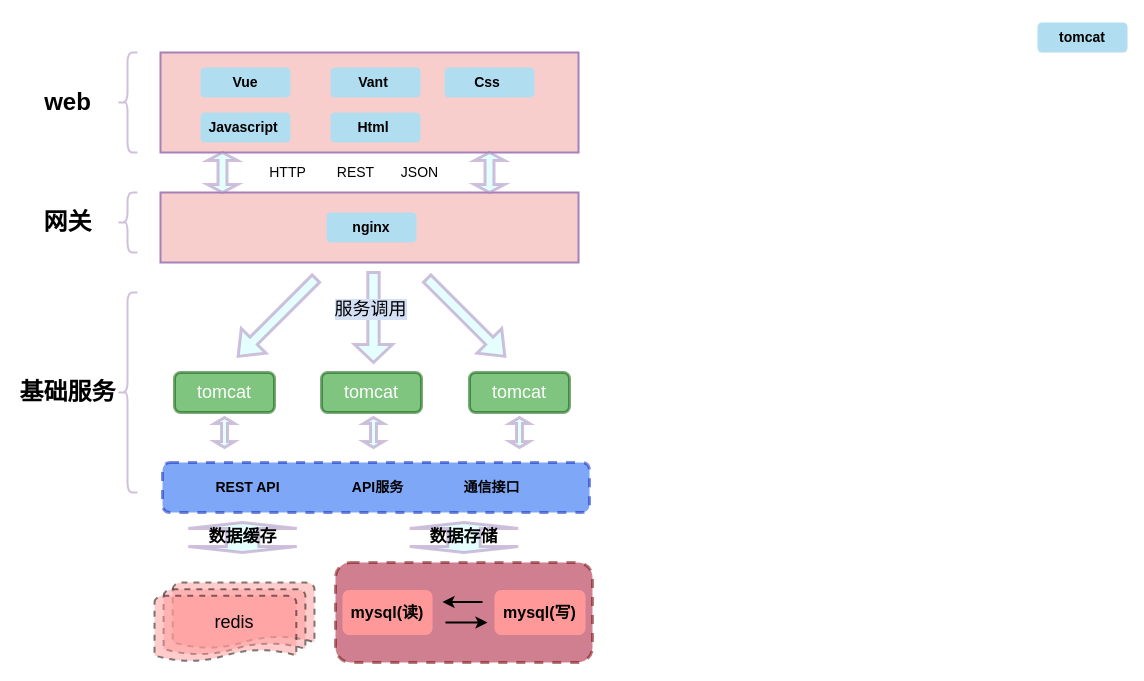
chenkexu1/github_20201211 keeps this draw.io diagram as Untitled Diagram.drawio. Above is the earlier version. Source tidied: cells renumbered, new cells numbered last; positions are measured from the earlier drawing's top-left corner, leaving out a move shared by most shapes. Both pictures are drawn from the tidied source at 100%, with x=0, y=0 at pixel (17, 22).
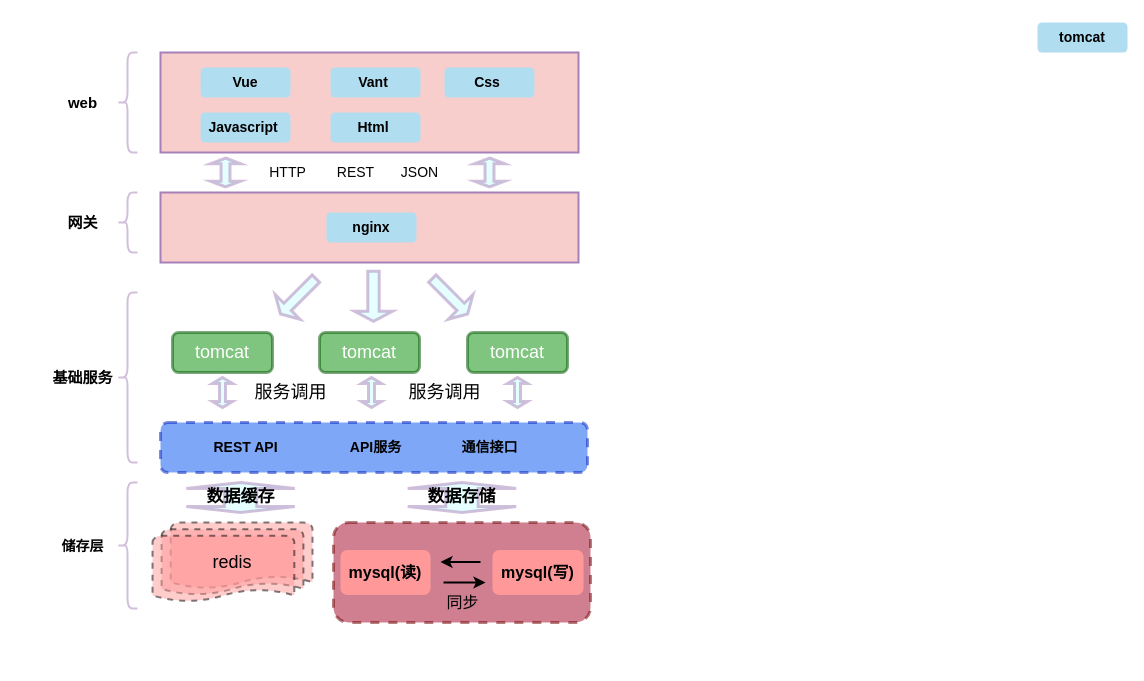
Above is the later version.

What changed in the source:
```diff
@@
-    <mxCell id="8" value="web" style="text;strokeColor=none;fillColor=none;html=1;fontSize=24;fontStyle=1;verticalAlign=middle;align=center;opacity=50;" parent="1" vertex="1">
-      <mxGeometry y="60" width="100" height="40" as="geometry" />
+    <mxCell id="8" value="web" style="text;strokeColor=none;fillColor=none;html=1;fontSize=15;fontStyle=1;verticalAlign=middle;align=center;opacity=50;" parent="1" vertex="1">
+      <mxGeometry x="15" y="60" width="100" height="40" as="geometry" />
     </mxCell>
@@
-    <mxCell id="14" value="网关" style="text;strokeColor=none;fillColor=none;html=1;fontSize=24;fontStyle=1;verticalAlign=middle;align=center;opacity=50;" parent="1" vertex="1">
-      <mxGeometry y="180" width="100" height="40" as="geometry" />
+    <mxCell id="14" value="网关" style="text;strokeColor=none;fillColor=none;html=1;fontSize=15;fontStyle=1;verticalAlign=middle;align=center;opacity=50;" parent="1" vertex="1">
+      <mxGeometry x="15" y="180" width="100" height="40" as="geometry" />
     </mxCell>
-    <mxCell id="15" style="shape=doubleArrow;direction=south;whiteSpace=wrap;html=1;rounded=0;shadow=0;glass=0;labelBackgroundColor=none;sketch=0;strokeColor=#A680B8;strokeWidth=3;gradientColor=none;fontSize=17;opacity=50;labelBorderColor=none;fillColor=#CCFFFF;" parent="1" vertex="1">
-      <mxGeometry x="190" y="130" width="30" height="40" as="geometry" />
-    </mxCell>
     <mxCell id="16" style="shape=doubleArrow;direction=south;whiteSpace=wrap;html=1;rounded=0;shadow=0;glass=0;labelBackgroundColor=none;sketch=0;strokeColor=#A680B8;strokeWidth=3;gradientColor=none;fontSize=17;opacity=50;fillColor=#CCFFFF;" parent="1" vertex="1">
-      <mxGeometry x="457" y="130" width="30" height="40" as="geometry" />
+      <mxGeometry x="457" y="135.5" width="30" height="29" as="geometry" />
     </mxCell>
@@
     <mxCell id="20" style="shape=singleArrow;direction=south;whiteSpace=wrap;html=1;rounded=0;shadow=0;glass=0;labelBackgroundColor=none;sketch=0;strokeColor=#A680B8;strokeWidth=3;gradientColor=none;fontSize=14;opacity=50;rotation=45;fillColor=#CCFFFF;" parent="1" vertex="1">
-      <mxGeometry x="242" y="240" width="35" height="110" as="geometry" />
+      <mxGeometry x="263.2" y="248.8" width="35" height="50" as="geometry" />
     </mxCell>
     <mxCell id="21" style="shape=singleArrow;direction=south;whiteSpace=wrap;html=1;rounded=0;shadow=0;glass=0;labelBackgroundColor=none;sketch=0;strokeColor=#A680B8;strokeWidth=3;gradientColor=none;fontSize=14;opacity=50;fillColor=#CCFFFF;" parent="1" vertex="1">
-      <mxGeometry x="337" y="250" width="38" height="90" as="geometry" />
+      <mxGeometry x="337" y="248.8" width="38" height="50" as="geometry" />
     </mxCell>
-    <mxCell id="22" style="shape=singleArrow;direction=south;whiteSpace=wrap;html=1;rounded=0;shadow=0;glass=0;labelBackgroundColor=none;sketch=0;strokeColor=#A680B8;strokeWidth=3;gradientColor=none;fontSize=14;opacity=50;rotation=-45;fillColor=#CCFFFF;" parent="1" vertex="1">
-      <mxGeometry x="431" y="240" width="35" height="110" as="geometry" />
-    </mxCell>
-    <mxCell id="23" value="服务调用" style="text;strokeColor=none;fillColor=none;html=1;fontSize=18;fontStyle=0;verticalAlign=middle;align=center;rounded=0;shadow=0;glass=0;labelBackgroundColor=#D4E1F5;sketch=0;opacity=50;" parent="1" vertex="1">
-      <mxGeometry x="303" y="266.9" width="100" height="40" as="geometry" />
+    <mxCell id="23" value="服务调用" style="text;strokeColor=none;fillColor=none;html=1;fontSize=18;fontStyle=0;verticalAlign=middle;align=center;rounded=0;shadow=0;glass=0;labelBackgroundColor=none;sketch=0;opacity=50;" parent="1" vertex="1">
+      <mxGeometry x="223" y="350" width="100" height="40" as="geometry" />
     </mxCell>
     <mxCell id="24" value="tomcat" style="whiteSpace=wrap;html=1;align=center;rounded=1;shadow=0;glass=0;labelBackgroundColor=none;sketch=0;strokeColor=#005700;strokeWidth=3;fillColor=#008a00;fontSize=18;opacity=50;fontColor=#ffffff;" parent="1" vertex="1">
-      <mxGeometry x="157" y="350" width="100" height="40" as="geometry" />
+      <mxGeometry x="155" y="310" width="100" height="40" as="geometry" />
     </mxCell>
     <mxCell id="25" value="tomcat" style="whiteSpace=wrap;html=1;align=center;rounded=1;shadow=0;glass=0;labelBackgroundColor=none;sketch=0;strokeColor=#005700;strokeWidth=3;fillColor=#008a00;fontSize=18;opacity=50;fontColor=#ffffff;" parent="1" vertex="1">
-      <mxGeometry x="304" y="350" width="100" height="40" as="geometry" />
+      <mxGeometry x="302" y="310" width="100" height="40" as="geometry" />
     </mxCell>
     <mxCell id="26" value="tomcat" style="whiteSpace=wrap;html=1;align=center;rounded=1;shadow=0;glass=0;labelBackgroundColor=none;sketch=0;strokeColor=#005700;strokeWidth=3;fillColor=#008a00;fontSize=18;opacity=50;fontColor=#ffffff;" parent="1" vertex="1">
-      <mxGeometry x="452" y="350" width="100" height="40" as="geometry" />
+      <mxGeometry x="450" y="310" width="100" height="40" as="geometry" />
     </mxCell>
     <mxCell id="27" style="shape=doubleArrow;direction=south;whiteSpace=wrap;html=1;rounded=0;shadow=0;glass=0;labelBackgroundColor=none;sketch=0;strokeColor=#A680B8;strokeWidth=3;gradientColor=none;fontSize=17;opacity=50;labelBorderColor=none;fillColor=#CCFFFF;" parent="1" vertex="1">
-      <mxGeometry x="197" y="395" width="20" height="30" as="geometry" />
+      <mxGeometry x="195" y="355" width="20" height="30" as="geometry" />
     </mxCell>
     <mxCell id="28" style="shape=doubleArrow;direction=south;whiteSpace=wrap;html=1;rounded=0;shadow=0;glass=0;labelBackgroundColor=none;sketch=0;strokeColor=#A680B8;strokeWidth=3;gradientColor=none;fontSize=17;opacity=50;labelBorderColor=none;fillColor=#CCFFFF;" parent="1" vertex="1">
-      <mxGeometry x="346" y="395" width="20" height="30" as="geometry" />
+      <mxGeometry x="344" y="355" width="20" height="30" as="geometry" />
     </mxCell>
     <mxCell id="29" style="shape=doubleArrow;direction=south;whiteSpace=wrap;html=1;rounded=0;shadow=0;glass=0;labelBackgroundColor=none;sketch=0;strokeColor=#A680B8;strokeWidth=3;gradientColor=none;fontSize=17;opacity=50;labelBorderColor=none;fillColor=#CCFFFF;" parent="1" vertex="1">
-      <mxGeometry x="492" y="395" width="20" height="30" as="geometry" />
+      <mxGeometry x="490" y="355" width="20" height="30" as="geometry" />
     </mxCell>
     <mxCell id="30" style="rounded=1;whiteSpace=wrap;html=1;shadow=0;glass=0;dashed=1;labelBackgroundColor=none;sketch=0;strokeColor=#001DBC;strokeWidth=3;fillColor=#0050ef;fontSize=18;opacity=50;fontColor=#ffffff;" parent="1" vertex="1">
-      <mxGeometry x="145" y="440" width="427" height="50" as="geometry" />
+      <mxGeometry x="143" y="400" width="427" height="50" as="geometry" />
     </mxCell>
     <mxCell id="31" value="REST API" style="text;html=1;align=center;verticalAlign=middle;fontSize=14;fontStyle=1;" parent="1" vertex="1">
-      <mxGeometry x="190" y="455" width="80" height="20" as="geometry" />
+      <mxGeometry x="188" y="415" width="80" height="20" as="geometry" />
     </mxCell>
     <mxCell id="32" value="API服务" style="text;html=1;align=center;verticalAlign=middle;fontSize=14;fontStyle=1;" parent="1" vertex="1">
-      <mxGeometry x="325" y="455" width="70" height="20" as="geometry" />
+      <mxGeometry x="323" y="415" width="70" height="20" as="geometry" />
     </mxCell>
     <mxCell id="33" value="通信接口" style="text;html=1;align=center;verticalAlign=middle;fontSize=14;fontStyle=1;" parent="1" vertex="1">
-      <mxGeometry x="439" y="455" width="70" height="20" as="geometry" />
+      <mxGeometry x="437" y="415" width="70" height="20" as="geometry" />
     </mxCell>
     <mxCell id="34" style="shape=curlyBracket;whiteSpace=wrap;html=1;rounded=1;strokeColor=#A680B8;strokeWidth=2;fillColor=#ffffff;gradientColor=none;opacity=50;size=0.5;" parent="1" vertex="1">
-      <mxGeometry x="100" y="270" width="20" height="200" as="geometry" />
+      <mxGeometry x="100" y="270" width="20" height="170" as="geometry" />
     </mxCell>
-    <mxCell id="35" value="基础服务" style="text;strokeColor=none;fillColor=none;html=1;fontSize=24;fontStyle=1;verticalAlign=middle;align=center;opacity=50;" parent="1" vertex="1">
-      <mxGeometry y="350" width="100" height="40" as="geometry" />
+    <mxCell id="35" value="基础服务" style="text;strokeColor=none;fillColor=none;html=1;fontSize=15;fontStyle=1;verticalAlign=middle;align=center;opacity=50;" parent="1" vertex="1">
+      <mxGeometry x="15" y="335" width="100" height="40" as="geometry" />
     </mxCell>
     <mxCell id="36" style="rounded=1;whiteSpace=wrap;html=1;shadow=0;glass=0;dashed=1;labelBackgroundColor=none;sketch=0;strokeColor=#6F0000;strokeWidth=3;fillColor=#a20025;fontSize=18;opacity=50;fontColor=#ffffff;" parent="1" vertex="1">
-      <mxGeometry x="318" y="540" width="257" height="100" as="geometry" />
+      <mxGeometry x="316" y="500" width="257" height="100" as="geometry" />
     </mxCell>
     <mxCell id="37" value="&lt;p class=&quot;MsoNormal&quot;&gt;&lt;span style=&quot;font-size: 16px&quot;&gt;mysql(读)&lt;/span&gt;&lt;br&gt;&lt;/p&gt;" style="shape=ext;double=1;rounded=1;whiteSpace=wrap;html=1;strokeColor=none;fontStyle=1;fillColor=#FF9999;" parent="1" vertex="1">
-      <mxGeometry x="325" y="567.5" width="90" height="45" as="geometry" />
+      <mxGeometry x="323" y="527.5" width="90" height="45" as="geometry" />
     </mxCell>
     <mxCell id="38" value="数据存储" style="shape=doubleArrow;direction=south;whiteSpace=wrap;html=1;rounded=0;shadow=0;glass=0;labelBackgroundColor=none;sketch=0;strokeColor=#A680B8;strokeWidth=3;gradientColor=none;fontSize=17;opacity=50;labelBorderColor=none;fillColor=#CCFFFF;fontStyle=1;" parent="1" vertex="1">
-      <mxGeometry x="392.2" y="500" width="108.5" height="30" as="geometry" />
+      <mxGeometry x="390.2" y="460" width="108.5" height="30" as="geometry" />
     </mxCell>
     <mxCell id="39" value="redis" style="strokeWidth=2;html=1;shape=mxgraph.flowchart.multi-document;whiteSpace=wrap;rounded=1;shadow=0;glass=0;dashed=1;labelBackgroundColor=none;sketch=0;fillColor=#FF9999;gradientColor=none;fontSize=18;opacity=50;" parent="1" vertex="1">
-      <mxGeometry x="137" y="560" width="160" height="80" as="geometry" />
+      <mxGeometry x="135" y="500" width="160" height="80" as="geometry" />
     </mxCell>
     <mxCell id="40" value="&lt;p class=&quot;MsoNormal&quot;&gt;&lt;span style=&quot;font-size: 16px&quot;&gt;mysql(写)&lt;/span&gt;&lt;br&gt;&lt;/p&gt;" style="shape=ext;double=1;rounded=1;whiteSpace=wrap;html=1;strokeColor=none;fontStyle=1;fillColor=#FF9999;" parent="1" vertex="1">
-      <mxGeometry x="477" y="567.5" width="91" height="45" as="geometry" />
+      <mxGeometry x="475" y="527.5" width="91" height="45" as="geometry" />
     </mxCell>
     <mxCell id="41" style="endArrow=classic;html=1;strokeWidth=2;fontSize=18;" parent="1" edge="1">
       <mxGeometry relative="1" as="geometry">
-        <mxPoint x="428" y="600" as="sourcePoint" />
-        <mxPoint x="470" y="600" as="targetPoint" />
+        <mxPoint x="426" y="560" as="sourcePoint" />
+        <mxPoint x="468" y="560" as="targetPoint" />
       </mxGeometry>
     </mxCell>
     <mxCell id="42" style="endArrow=classic;html=1;strokeWidth=2;fontSize=18;" parent="1" edge="1">
       <mxGeometry relative="1" as="geometry">
-        <mxPoint x="465" y="579.5" as="sourcePoint" />
-        <mxPoint x="425" y="579.5" as="targetPoint" />
+        <mxPoint x="463" y="539.5" as="sourcePoint" />
+        <mxPoint x="423" y="539.5" as="targetPoint" />
       </mxGeometry>
     </mxCell>
     <mxCell id="43" value="数据缓存" style="shape=doubleArrow;direction=south;whiteSpace=wrap;html=1;rounded=0;shadow=0;glass=0;labelBackgroundColor=none;sketch=0;strokeColor=#A680B8;strokeWidth=3;gradientColor=none;fontSize=17;opacity=50;labelBorderColor=none;fillColor=#CCFFFF;fontStyle=1;" parent="1" vertex="1">
-      <mxGeometry x="170.8" y="500" width="108.5" height="30" as="geometry" />
+      <mxGeometry x="168.8" y="460" width="108.5" height="30" as="geometry" />
     </mxCell>
+    <mxCell id="44" style="shape=singleArrow;direction=south;whiteSpace=wrap;html=1;rounded=0;shadow=0;glass=0;labelBackgroundColor=none;sketch=0;strokeColor=#A680B8;strokeWidth=3;gradientColor=none;fontSize=14;opacity=50;rotation=-45;fillColor=#CCFFFF;" parent="1" vertex="1">
+      <mxGeometry x="415" y="248.8" width="35" height="50" as="geometry" />
+    </mxCell>
+    <mxCell id="45" value="服务调用" style="text;strokeColor=none;fillColor=none;html=1;fontSize=18;fontStyle=0;verticalAlign=middle;align=center;rounded=0;shadow=0;glass=0;labelBackgroundColor=none;sketch=0;opacity=50;" parent="1" vertex="1">
+      <mxGeometry x="377" y="350" width="100" height="40" as="geometry" />
+    </mxCell>
+    <mxCell id="46" value="同步" style="text;strokeColor=none;fillColor=none;html=1;fontSize=16;fontStyle=0;verticalAlign=middle;align=center;rounded=0;shadow=0;glass=0;labelBackgroundColor=none;sketch=0;opacity=50;" parent="1" vertex="1">
+      <mxGeometry x="394.5" y="560" width="100" height="40" as="geometry" />
+    </mxCell>
+    <mxCell id="47" style="shape=doubleArrow;direction=south;whiteSpace=wrap;html=1;rounded=0;shadow=0;glass=0;labelBackgroundColor=none;sketch=0;strokeColor=#A680B8;strokeWidth=3;gradientColor=none;fontSize=17;opacity=50;fillColor=#CCFFFF;" parent="1" vertex="1">
+      <mxGeometry x="193" y="135.5" width="30" height="29" as="geometry" />
+    </mxCell>
+    <mxCell id="48" style="shape=curlyBracket;whiteSpace=wrap;html=1;rounded=1;strokeColor=#A680B8;strokeWidth=2;fillColor=#ffffff;gradientColor=none;opacity=50;size=0.5;" parent="1" vertex="1">
+      <mxGeometry x="100" y="460" width="20" height="126" as="geometry" />
+    </mxCell>
+    <mxCell id="49" value="&lt;p class=&quot;MsoNormal&quot;&gt;&lt;span style=&quot;font-size: 10.5000pt&quot;&gt;&lt;font face=&quot;宋体&quot;&gt;储存层&lt;/font&gt;&lt;/span&gt;&lt;/p&gt;" style="text;strokeColor=none;fillColor=none;html=1;fontSize=15;fontStyle=1;verticalAlign=middle;align=center;opacity=50;" parent="1" vertex="1">
+      <mxGeometry x="15" y="503" width="100" height="40" as="geometry" />
+    </mxCell>
```
